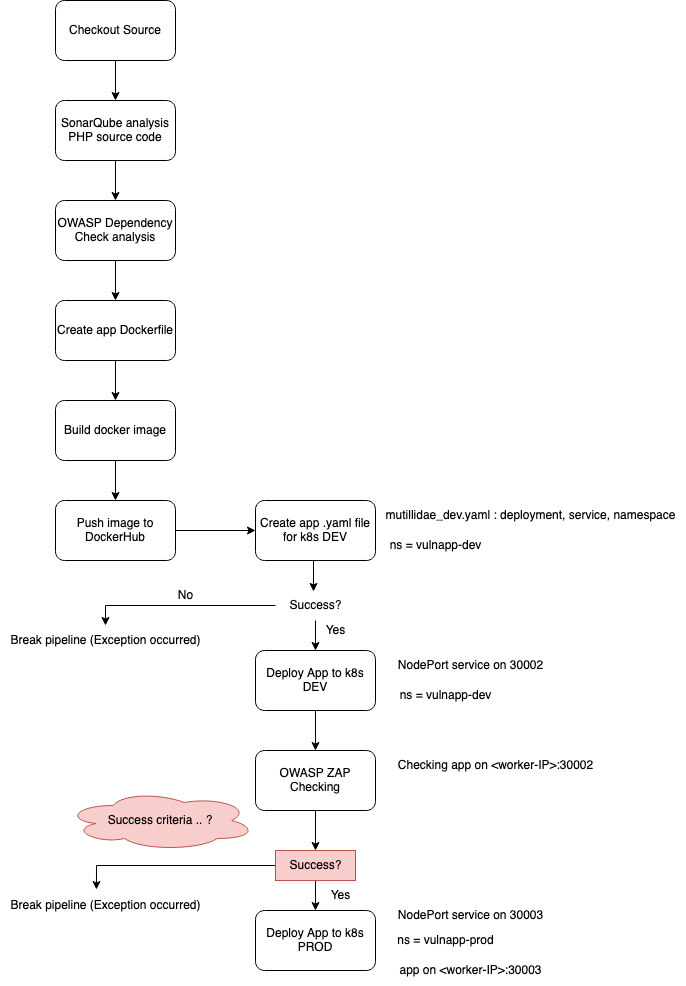
nshynkevich/sdlc_and_devops_module1 keeps this draw.io diagram as DAST_mutillidae.png. Above is the earlier version. Source tidied: cells renumbered, new cells last; positions are measured from the earlier drawing's top-left corner, leaving out a move shared by most shapes.
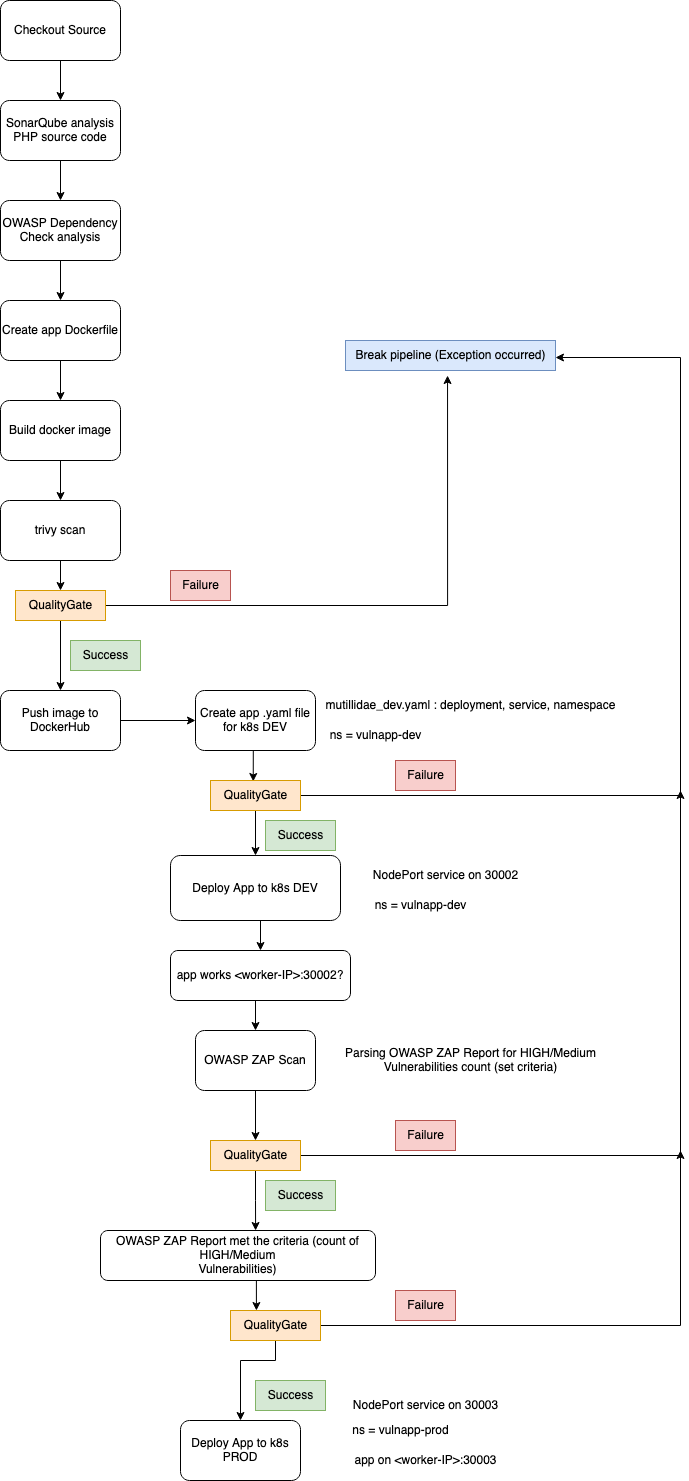
Above is the later version.

Change to the diagram source:
```diff
@@ -26,9 +26,9 @@
     <mxCell id="9" value="Create app Dockerfile" style="rounded=1;whiteSpace=wrap;html=1;" parent="1" vertex="1">
       <mxGeometry x="55" y="300" width="120" height="60" as="geometry" />
     </mxCell>
-    <mxCell id="10" style="edgeStyle=orthogonalEdgeStyle;rounded=0;jettySize=auto;html=1;exitX=0.5;exitY=1;exitDx=0;exitDy=0;entryX=0.5;entryY=0;entryDx=0;entryDy=0;" parent="1" edge="1" source="11" target="13">
-      <mxGeometry relative="1" as="geometry" />
-    </mxCell>
+    <mxCell id="41" style="edgeStyle=orthogonalEdgeStyle;rounded=0;jettySize=auto;html=1;exitX=0.5;exitY=1;exitDx=0;exitDy=0;entryX=0.5;entryY=0;entryDx=0;entryDy=0;" parent="1" edge="1" source="11" target="47">
+      <mxGeometry relative="1" as="geometry" />
+    </mxCell>
     <mxCell id="11" value="Build docker image" style="rounded=1;whiteSpace=wrap;html=1;" parent="1" vertex="1">
       <mxGeometry x="55" y="400" width="120" height="60" as="geometry" />
     </mxCell>
@@ -36,88 +36,147 @@
       <mxGeometry relative="1" as="geometry" />
     </mxCell>
     <mxCell id="13" value="Push image to DockerHub" style="rounded=1;whiteSpace=wrap;html=1;" parent="1" vertex="1">
-      <mxGeometry x="55" y="500" width="120" height="60" as="geometry" />
+      <mxGeometry x="55" y="690" width="120" height="60" as="geometry" />
     </mxCell>
     <mxCell id="14" style="edgeStyle=orthogonalEdgeStyle;rounded=0;jettySize=auto;html=1;exitX=0.5;exitY=1;exitDx=0;exitDy=0;entryX=0.475;entryY=0.033;entryDx=0;entryDy=0;entryPerimeter=0;" parent="1" edge="1" source="15" target="24">
       <mxGeometry relative="1" as="geometry" />
     </mxCell>
     <mxCell id="15" value="Create app .yaml file for k8s DEV" style="rounded=1;whiteSpace=wrap;html=1;" parent="1" vertex="1">
-      <mxGeometry x="255" y="500" width="120" height="60" as="geometry" />
+      <mxGeometry x="250" y="690" width="120" height="60" as="geometry" />
     </mxCell>
-    <mxCell id="16" style="edgeStyle=orthogonalEdgeStyle;rounded=0;jettySize=auto;html=1;exitX=0.5;exitY=1;exitDx=0;exitDy=0;entryX=0.5;entryY=0;entryDx=0;entryDy=0;" parent="1" edge="1" source="17" target="29">
-      <mxGeometry relative="1" as="geometry" />
-    </mxCell>
+    <mxCell id="42" style="edgeStyle=orthogonalEdgeStyle;rounded=0;jettySize=auto;html=1;exitX=0.5;exitY=1;exitDx=0;exitDy=0;entryX=0.5;entryY=0;entryDx=0;entryDy=0;" parent="1" edge="1" source="17" target="55">
+      <mxGeometry relative="1" as="geometry" />
+    </mxCell>
     <mxCell id="17" value="Deploy App to k8s DEV" style="rounded=1;whiteSpace=wrap;html=1;" parent="1" vertex="1">
-      <mxGeometry x="255" y="650" width="120" height="60" as="geometry" />
+      <mxGeometry x="225" y="855" width="170" height="65" as="geometry" />
     </mxCell>
     <mxCell id="18" value="NodePort service on 30002" style="text;html=1;align=center;verticalAlign=middle;strokeColor=none;fillColor=none;" parent="1" vertex="1">
-      <mxGeometry x="385" y="650" width="170" height="30" as="geometry" />
+      <mxGeometry x="415" y="860" width="170" height="30" as="geometry" />
     </mxCell>
     <mxCell id="19" value="mutillidae_dev.yaml : deployment, service, namespace" style="text;html=1;align=center;verticalAlign=middle;strokeColor=none;fillColor=none;" parent="1" vertex="1">
-      <mxGeometry x="375" y="500" width="310" height="30" as="geometry" />
+      <mxGeometry x="370" y="690" width="310" height="30" as="geometry" />
     </mxCell>
     <mxCell id="20" value="ns = vulnapp-dev" style="text;html=1;align=center;verticalAlign=middle;strokeColor=none;fillColor=none;" parent="1" vertex="1">
-      <mxGeometry x="375" y="530" width="120" height="30" as="geometry" />
+      <mxGeometry x="370" y="720" width="120" height="30" as="geometry" />
     </mxCell>
     <mxCell id="21" value="ns = vulnapp-dev" style="text;html=1;align=center;verticalAlign=middle;strokeColor=none;fillColor=none;" parent="1" vertex="1">
-      <mxGeometry x="385" y="680" width="120" height="30" as="geometry" />
+      <mxGeometry x="415" y="890" width="120" height="30" as="geometry" />
     </mxCell>
     <mxCell id="22" style="edgeStyle=orthogonalEdgeStyle;rounded=0;jettySize=auto;html=1;" parent="1" edge="1" source="24" target="17">
       <mxGeometry relative="1" as="geometry" />
     </mxCell>
-    <mxCell id="23" style="edgeStyle=orthogonalEdgeStyle;rounded=0;jettySize=auto;html=1;" parent="1" edge="1" source="24" target="25">
-      <mxGeometry relative="1" as="geometry" />
-    </mxCell>
+    <mxCell id="43" style="edgeStyle=orthogonalEdgeStyle;rounded=0;jettySize=auto;html=1;entryX=1;entryY=0.567;entryDx=0;entryDy=0;entryPerimeter=0;" parent="1" edge="1" source="24" target="61">
+      <mxGeometry relative="1" as="geometry">
+        <Array as="points">
+          <mxPoint x="735" y="795" />
+          <mxPoint x="735" y="357" />
+        </Array>
+      </mxGeometry>
+    </mxCell>
-    <mxCell id="24" value="Success?" style="text;html=1;align=center;verticalAlign=middle;points=[];strokeColor=none;fillColor=none;" parent="1" vertex="1">
-      <mxGeometry x="275" y="590" width="80" height="30" as="geometry" />
+    <mxCell id="24" value="QualityGate" style="text;html=1;align=center;verticalAlign=middle;points=[];strokeColor=#d79b00;fillColor=#ffe6cc;" parent="1" vertex="1">
+      <mxGeometry x="265" y="780" width="90" height="30" as="geometry" />
     </mxCell>
-    <mxCell id="25" value="Break pipeline (Exception occurred)" style="text;html=1;align=center;verticalAlign=middle;points=[];strokeColor=none;fillColor=none;" parent="1" vertex="1">
-      <mxGeometry y="625" width="210" height="30" as="geometry" />
-    </mxCell>
-    <mxCell id="26" value="Yes" style="text;html=1;align=center;verticalAlign=middle;strokeColor=none;fillColor=none;" parent="1" vertex="1">
-      <mxGeometry x="315" y="615" width="40" height="30" as="geometry" />
-    </mxCell>
-    <mxCell id="27" value="No" style="text;html=1;align=center;verticalAlign=middle;strokeColor=none;fillColor=none;" parent="1" vertex="1">
-      <mxGeometry x="165" y="580" width="40" height="30" as="geometry" />
-    </mxCell>
-    <mxCell id="28" style="edgeStyle=orthogonalEdgeStyle;rounded=0;jettySize=auto;html=1;exitX=0.5;exitY=1;exitDx=0;exitDy=0;" parent="1" edge="1" source="29" target="33">
-      <mxGeometry relative="1" as="geometry" />
-    </mxCell>
+    <mxCell id="44" style="edgeStyle=orthogonalEdgeStyle;rounded=0;jettySize=auto;html=1;exitX=0.5;exitY=1;exitDx=0;exitDy=0;" parent="1" edge="1" source="29" target="60">
+      <mxGeometry relative="1" as="geometry" />
+    </mxCell>
-    <mxCell id="29" value="OWASP ZAP Checking" style="rounded=1;whiteSpace=wrap;html=1;" parent="1" vertex="1">
-      <mxGeometry x="255" y="750" width="120" height="60" as="geometry" />
+    <mxCell id="29" value="OWASP ZAP Scan" style="rounded=1;whiteSpace=wrap;html=1;" parent="1" vertex="1">
+      <mxGeometry x="250" y="1030" width="120" height="60" as="geometry" />
     </mxCell>
-    <mxCell id="30" value="Checking app on &amp;lt;worker-IP&amp;gt;:30002" style="text;html=1;align=center;verticalAlign=middle;strokeColor=none;fillColor=none;" parent="1" vertex="1">
-      <mxGeometry x="385" y="750" width="220" height="30" as="geometry" />
-    </mxCell>
     <mxCell id="31" style="edgeStyle=orthogonalEdgeStyle;rounded=0;jettySize=auto;html=1;entryX=0.5;entryY=0;entryDx=0;entryDy=0;" parent="1" edge="1" source="33" target="34">
-      <mxGeometry relative="1" as="geometry" />
+      <mxGeometry relative="1" as="geometry">
+        <Array as="points">
+          <mxPoint x="330" y="1360" />
+          <mxPoint x="295" y="1360" />
+        </Array>
+      </mxGeometry>
     </mxCell>
-    <mxCell id="32" style="edgeStyle=orthogonalEdgeStyle;rounded=0;jettySize=auto;html=1;entryX=0.457;entryY=-0.033;entryDx=0;entryDy=0;entryPerimeter=0;" parent="1" edge="1" source="33" target="36">
-      <mxGeometry relative="1" as="geometry" />
-    </mxCell>
+    <mxCell id="45" style="edgeStyle=orthogonalEdgeStyle;rounded=0;jettySize=auto;html=1;" parent="1" edge="1" source="33">
+      <mxGeometry relative="1" as="geometry">
+        <mxPoint x="735" y="1150" as="targetPoint" />
+      </mxGeometry>
+    </mxCell>
-    <mxCell id="33" value="Success?" style="text;html=1;align=center;verticalAlign=middle;points=[];strokeColor=#b85450;fillColor=#f8cecc;" parent="1" vertex="1">
-      <mxGeometry x="275" y="850" width="80" height="30" as="geometry" />
+    <mxCell id="33" value="QualityGate" style="text;html=1;align=center;verticalAlign=middle;points=[];strokeColor=#d79b00;fillColor=#ffe6cc;" parent="1" vertex="1">
+      <mxGeometry x="285" y="1310" width="90" height="30" as="geometry" />
     </mxCell>
     <mxCell id="34" value="Deploy App to k8s PROD" style="rounded=1;whiteSpace=wrap;html=1;" parent="1" vertex="1">
-      <mxGeometry x="255" y="910" width="120" height="60" as="geometry" />
+      <mxGeometry x="235" y="1420" width="120" height="60" as="geometry" />
     </mxCell>
-    <mxCell id="35" value="Yes" style="text;html=1;align=center;verticalAlign=middle;strokeColor=none;fillColor=none;" parent="1" vertex="1">
-      <mxGeometry x="320" y="880" width="40" height="30" as="geometry" />
-    </mxCell>
-    <mxCell id="36" value="Break pipeline (Exception occurred)" style="text;html=1;align=center;verticalAlign=middle;points=[];strokeColor=none;fillColor=none;" parent="1" vertex="1">
-      <mxGeometry y="890" width="210" height="30" as="geometry" />
-    </mxCell>
     <mxCell id="37" value="NodePort service on 30003" style="text;html=1;align=center;verticalAlign=middle;strokeColor=none;fillColor=none;" parent="1" vertex="1">
-      <mxGeometry x="385" y="900" width="170" height="30" as="geometry" />
+      <mxGeometry x="395" y="1390" width="170" height="30" as="geometry" />
     </mxCell>
     <mxCell id="38" value="ns = vulnapp-prod" style="text;html=1;align=center;verticalAlign=middle;strokeColor=none;fillColor=none;" parent="1" vertex="1">
-      <mxGeometry x="385" y="925" width="120" height="30" as="geometry" />
+      <mxGeometry x="395" y="1415" width="120" height="30" as="geometry" />
     </mxCell>
     <mxCell id="39" value="&lt;div&gt;app on &amp;lt;worker-IP&amp;gt;:30003&lt;/div&gt;" style="text;html=1;align=center;verticalAlign=middle;strokeColor=none;fillColor=none;" parent="1" vertex="1">
-      <mxGeometry x="385" y="955" width="170" height="30" as="geometry" />
+      <mxGeometry x="395" y="1445" width="170" height="30" as="geometry" />
     </mxCell>
-    <mxCell id="40" value="Success criteria .. ?" style="ellipse;shape=cloud;whiteSpace=wrap;html=1;fillColor=#f8cecc;strokeColor=#b85450;" parent="1" vertex="1">
-      <mxGeometry x="65" y="790" width="190" height="60" as="geometry" />
-    </mxCell>
+    <mxCell id="46" style="edgeStyle=orthogonalEdgeStyle;rounded=0;jettySize=auto;html=1;exitX=0.5;exitY=1;exitDx=0;exitDy=0;" parent="1" edge="1" source="47" target="50">
+      <mxGeometry relative="1" as="geometry" />
+    </mxCell>
+    <mxCell id="47" value="trivy scan" style="rounded=1;whiteSpace=wrap;html=1;" parent="1" vertex="1">
+      <mxGeometry x="55" y="500" width="120" height="60" as="geometry" />
+    </mxCell>
+    <mxCell id="48" style="edgeStyle=orthogonalEdgeStyle;rounded=0;jettySize=auto;html=1;entryX=0.5;entryY=0;entryDx=0;entryDy=0;" parent="1" edge="1" source="50" target="13">
+      <mxGeometry relative="1" as="geometry" />
+    </mxCell>
+    <mxCell id="49" style="edgeStyle=orthogonalEdgeStyle;rounded=0;jettySize=auto;html=1;entryX=0.486;entryY=1.167;entryDx=0;entryDy=0;entryPerimeter=0;" parent="1" edge="1" source="50" target="61">
+      <mxGeometry relative="1" as="geometry" />
+    </mxCell>
+    <mxCell id="50" value="QualityGate" style="text;html=1;align=center;verticalAlign=middle;points=[];strokeColor=#d79b00;fillColor=#ffe6cc;" parent="1" vertex="1">
+      <mxGeometry x="70" y="590" width="90" height="30" as="geometry" />
+    </mxCell>
+    <mxCell id="51" value="Success" style="text;html=1;align=center;verticalAlign=middle;strokeColor=#82b366;fillColor=#d5e8d4;" parent="1" vertex="1">
+      <mxGeometry x="125" y="640" width="70" height="30" as="geometry" />
+    </mxCell>
+    <mxCell id="52" value="Failure" style="text;html=1;align=center;verticalAlign=middle;strokeColor=#b85450;fillColor=#f8cecc;" parent="1" vertex="1">
+      <mxGeometry x="225" y="570" width="60" height="30" as="geometry" />
+    </mxCell>
+    <mxCell id="53" value="&lt;div&gt;Parsing OWASP ZAP Report for HIGH/Medium &lt;br&gt;&lt;/div&gt;&lt;div&gt;Vulnerabilities count (set criteria)&lt;/div&gt;" style="text;html=1;align=center;verticalAlign=middle;strokeColor=none;fillColor=none;" parent="1" vertex="1">
+      <mxGeometry x="390" y="1040" width="270" height="40" as="geometry" />
+    </mxCell>
+    <mxCell id="54" style="edgeStyle=orthogonalEdgeStyle;rounded=0;jettySize=auto;html=1;exitX=0.5;exitY=1;exitDx=0;exitDy=0;entryX=0.5;entryY=0;entryDx=0;entryDy=0;" parent="1" edge="1" source="55" target="29">
+      <mxGeometry relative="1" as="geometry" />
+    </mxCell>
+    <mxCell id="55" value="app works &amp;lt;worker-IP&amp;gt;:30002?" style="rounded=1;whiteSpace=wrap;html=1;" parent="1" vertex="1">
+      <mxGeometry x="225" y="950" width="180" height="50" as="geometry" />
+    </mxCell>
+    <mxCell id="56" style="edgeStyle=orthogonalEdgeStyle;rounded=0;jettySize=auto;html=1;exitX=0.5;exitY=1;exitDx=0;exitDy=0;entryX=0.288;entryY=0;entryDx=0;entryDy=0;entryPerimeter=0;" parent="1" edge="1" source="57" target="33">
+      <mxGeometry relative="1" as="geometry" />
+    </mxCell>
+    <mxCell id="57" value="&lt;div&gt;OWASP ZAP Report met the criteria (count of HIGH/Medium &lt;br&gt;&lt;/div&gt;&lt;div&gt;Vulnerabilities)&lt;/div&gt;" style="rounded=1;whiteSpace=wrap;html=1;" parent="1" vertex="1">
+      <mxGeometry x="155" y="1230" width="275" height="50" as="geometry" />
+    </mxCell>
+    <mxCell id="58" style="edgeStyle=orthogonalEdgeStyle;rounded=0;jettySize=auto;html=1;entryX=0.564;entryY=0;entryDx=0;entryDy=0;entryPerimeter=0;" parent="1" edge="1" source="60" target="57">
+      <mxGeometry relative="1" as="geometry" />
+    </mxCell>
+    <mxCell id="59" style="edgeStyle=orthogonalEdgeStyle;rounded=0;jettySize=auto;html=1;" parent="1" edge="1" source="60">
+      <mxGeometry relative="1" as="geometry">
+        <mxPoint x="735" y="790" as="targetPoint" />
+      </mxGeometry>
+    </mxCell>
+    <mxCell id="60" value="QualityGate" style="text;html=1;align=center;verticalAlign=middle;points=[];strokeColor=#d79b00;fillColor=#ffe6cc;" parent="1" vertex="1">
+      <mxGeometry x="265" y="1140" width="90" height="30" as="geometry" />
+    </mxCell>
+    <mxCell id="61" value="Break pipeline (Exception occurred)" style="text;html=1;align=center;verticalAlign=middle;points=[];strokeColor=#6c8ebf;fillColor=#dae8fc;" parent="1" vertex="1">
+      <mxGeometry x="400" y="340" width="210" height="30" as="geometry" />
+    </mxCell>
+    <mxCell id="62" value="Failure" style="text;html=1;align=center;verticalAlign=middle;strokeColor=#b85450;fillColor=#f8cecc;" parent="1" vertex="1">
+      <mxGeometry x="450" y="760" width="60" height="30" as="geometry" />
+    </mxCell>
+    <mxCell id="63" value="Failure" style="text;html=1;align=center;verticalAlign=middle;strokeColor=#b85450;fillColor=#f8cecc;" parent="1" vertex="1">
+      <mxGeometry x="450" y="1120" width="60" height="30" as="geometry" />
+    </mxCell>
+    <mxCell id="64" value="Failure" style="text;html=1;align=center;verticalAlign=middle;strokeColor=#b85450;fillColor=#f8cecc;" parent="1" vertex="1">
+      <mxGeometry x="450" y="1290" width="60" height="30" as="geometry" />
+    </mxCell>
+    <mxCell id="65" value="Success" style="text;html=1;align=center;verticalAlign=middle;strokeColor=#82b366;fillColor=#d5e8d4;" parent="1" vertex="1">
+      <mxGeometry x="320" y="820" width="70" height="30" as="geometry" />
+    </mxCell>
+    <mxCell id="66" value="Success" style="text;html=1;align=center;verticalAlign=middle;strokeColor=#82b366;fillColor=#d5e8d4;" parent="1" vertex="1">
+      <mxGeometry x="320" y="1180" width="70" height="30" as="geometry" />
+    </mxCell>
+    <mxCell id="67" value="Success" style="text;html=1;align=center;verticalAlign=middle;strokeColor=#82b366;fillColor=#d5e8d4;" parent="1" vertex="1">
+      <mxGeometry x="310" y="1380" width="70" height="30" as="geometry" />
+    </mxCell>
   </root>
 </mxGraphModel>
```
